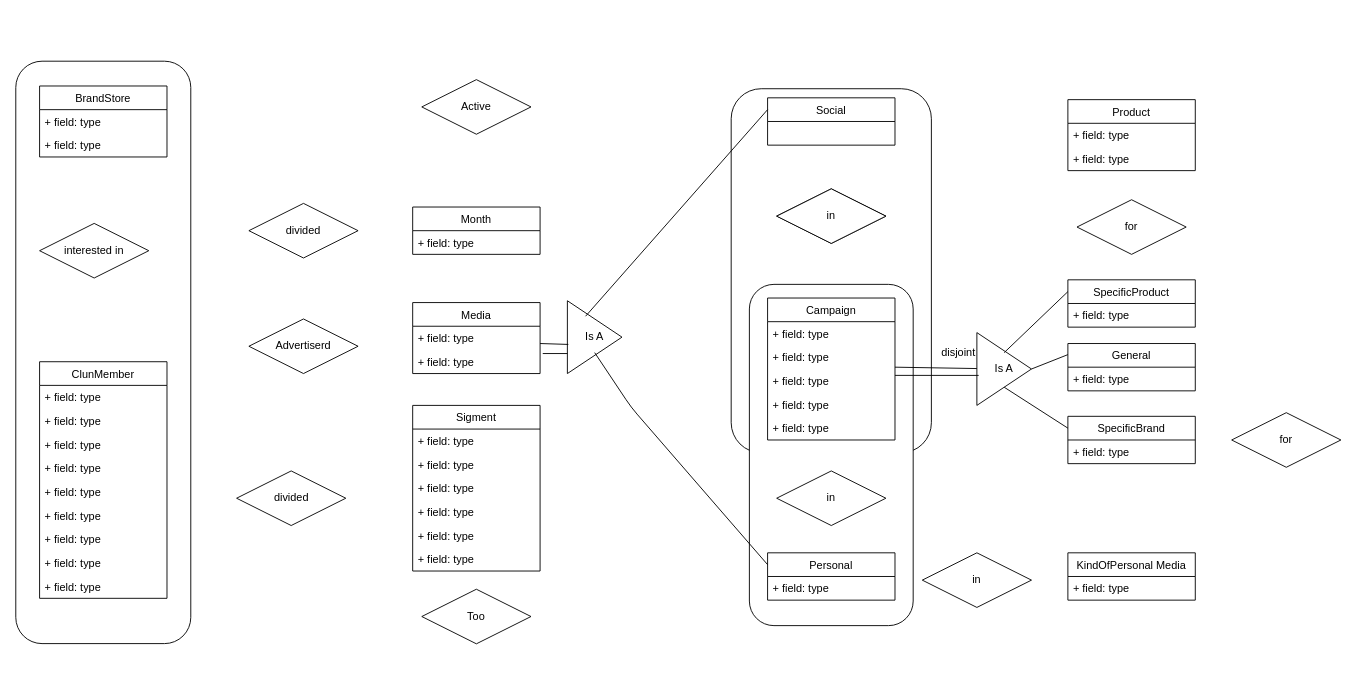
Earlier version of the draw.io diagram תרגיל בית 1 עד ה18.11/Solution2_HW1_Diagram.drawio (Kfir-G/DataBases-ERD_diagrams). Source tidied: cells renumbered, new cells numbered last; positions are measured from the earlier drawing's top-left corner, leaving out a move shared by most shapes. Both pictures are drawn from the tidied source at 91%, with x=0, y=0 at pixel (-188, 79).
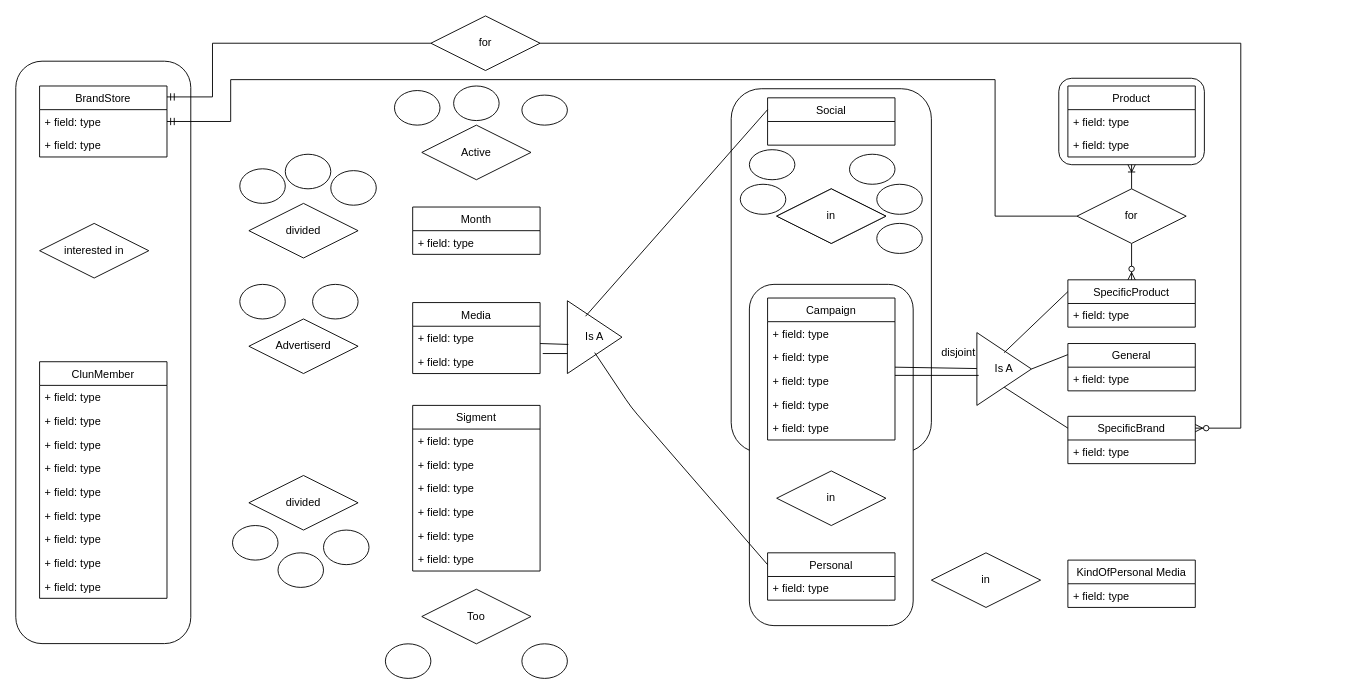
The same diagram, later.

Unchanged cells that the change refers to:
```xml
<mxCell id="26" value="SpecificProduct" style="swimlane;fontStyle=0;horizontal=1;startSize=26;fillColor=none;" parent="1" vertex="1">
  <mxGeometry x="1380" y="220" width="140" height="52" as="geometry" />
</mxCell>
<mxCell id="30" value="SpecificBrand" style="swimlane;fontStyle=0;horizontal=1;startSize=26;fillColor=none;" parent="1" vertex="1">
  <mxGeometry x="1380" y="370" width="140" height="52" as="geometry" />
</mxCell>
<mxCell id="55" value="BrandStore" style="swimlane;fontStyle=0;horizontal=1;startSize=26;fillColor=none;" parent="1" vertex="1">
  <mxGeometry x="250" y="7" width="140" height="78" as="geometry" />
</mxCell>
<mxCell id="56" value="+ field: type" style="text;strokeColor=none;fillColor=none;align=left;verticalAlign=top;spacingLeft=4;spacingRight=4;overflow=hidden;points=[[0,0.5],[1,0.5]];portConstraint=eastwest;" parent="55" vertex="1">
  <mxGeometry y="26" width="140" height="26" as="geometry" />
</mxCell>
```

Diff of the diagram source:
```diff
@@
+    <mxCell id="74" style="rounded=1;whiteSpace=wrap;html=1;" parent="1" vertex="1">
+      <mxGeometry x="1370" y="-1.5" width="160" height="95" as="geometry" />
+    </mxCell>
@@
     <mxCell id="17" value="in" style="shape=rhombus;perimeter=rhombusPerimeter;whiteSpace=wrap;html=1;align=center;" parent="1" vertex="1">
-      <mxGeometry x="1220" y="520" width="120" height="60" as="geometry" />
+      <mxGeometry x="1230" y="520" width="120" height="60" as="geometry" />
     </mxCell>
     <mxCell id="18" value="KindOfPersonal Media" style="swimlane;fontStyle=0;horizontal=1;startSize=26;fillColor=none;" parent="1" vertex="1">
-      <mxGeometry x="1380" y="520" width="140" height="52" as="geometry" />
+      <mxGeometry x="1380" y="528" width="140" height="52" as="geometry" />
     </mxCell>
@@
+    <mxCell id="75" style="edgeStyle=orthogonalEdgeStyle;rounded=0;jettySize=auto;html=1;exitX=0.5;exitY=0;exitDx=0;exitDy=0;endArrow=ERoneToMany;endFill=0;entryX=0.5;entryY=1;entryDx=0;entryDy=0;" parent="1" edge="1" source="36" target="74">
+      <mxGeometry relative="1" as="geometry" />
+    </mxCell>
+    <mxCell id="76" style="edgeStyle=orthogonalEdgeStyle;rounded=0;jettySize=auto;html=1;entryX=0.5;entryY=0;entryDx=0;entryDy=0;endArrow=ERzeroToMany;endFill=1;" parent="1" edge="1" source="36" target="26">
+      <mxGeometry relative="1" as="geometry" />
+    </mxCell>
+    <mxCell id="77" style="edgeStyle=orthogonalEdgeStyle;rounded=0;jettySize=auto;html=1;entryX=1;entryY=0.5;entryDx=0;entryDy=0;endArrow=ERmandOne;endFill=0;" parent="1" edge="1" source="36" target="56">
+      <mxGeometry relative="1" as="geometry">
+        <Array as="points">
+          <mxPoint x="1300" y="150" />
+          <mxPoint x="1300" />
+          <mxPoint x="460" />
+          <mxPoint x="460" y="46" />
+        </Array>
+      </mxGeometry>
+    </mxCell>
     <mxCell id="36" value="for" style="shape=rhombus;perimeter=rhombusPerimeter;whiteSpace=wrap;html=1;align=center;" parent="1" vertex="1">
-      <mxGeometry x="1390" y="132" width="120" height="60" as="geometry" />
+      <mxGeometry x="1390" y="120" width="120" height="60" as="geometry" />
     </mxCell>
     <mxCell id="37" value="Product" style="swimlane;fontStyle=0;horizontal=1;startSize=26;fillColor=none;" parent="1" vertex="1">
-      <mxGeometry x="1380" y="22" width="140" height="78" as="geometry" />
+      <mxGeometry x="1380" y="7" width="140" height="78" as="geometry" />
     </mxCell>
@@
     <mxCell id="66" value="divided" style="shape=rhombus;perimeter=rhombusPerimeter;whiteSpace=wrap;html=1;align=center;" parent="1" vertex="1">
-      <mxGeometry x="466.5" y="430" width="120" height="60" as="geometry" />
+      <mxGeometry x="480" y="435" width="120" height="60" as="geometry" />
     </mxCell>
@@
     <mxCell id="70" value="Active" style="shape=rhombus;perimeter=rhombusPerimeter;whiteSpace=wrap;html=1;align=center;" parent="1" vertex="1">
-      <mxGeometry x="670" width="120" height="60" as="geometry" />
+      <mxGeometry x="670" y="50" width="120" height="60" as="geometry" />
     </mxCell>
@@
+    <mxCell id="78" style="edgeStyle=orthogonalEdgeStyle;rounded=0;jettySize=auto;html=1;endArrow=ERzeroToMany;endFill=1;entryX=1;entryY=0.25;entryDx=0;entryDy=0;" parent="1" edge="1" source="73" target="30">
+      <mxGeometry relative="1" as="geometry">
+        <Array as="points">
+          <mxPoint x="1570" y="-40" />
+          <mxPoint x="1570" y="383" />
+        </Array>
+      </mxGeometry>
+    </mxCell>
+    <mxCell id="79" style="edgeStyle=orthogonalEdgeStyle;rounded=0;jettySize=auto;html=1;entryX=1;entryY=0.154;entryDx=0;entryDy=0;entryPerimeter=0;endArrow=ERmandOne;endFill=0;" parent="1" edge="1" source="73" target="55">
+      <mxGeometry relative="1" as="geometry">
+        <Array as="points">
+          <mxPoint x="440" y="-40" />
+          <mxPoint x="440" y="19" />
+        </Array>
+      </mxGeometry>
+    </mxCell>
     <mxCell id="73" value="for" style="shape=rhombus;perimeter=rhombusPerimeter;whiteSpace=wrap;html=1;align=center;" parent="1" vertex="1">
-      <mxGeometry x="1560" y="366" width="120" height="60" as="geometry" />
+      <mxGeometry x="680" y="-70" width="120" height="60" as="geometry" />
     </mxCell>
+    <mxCell id="80" style="ellipse;whiteSpace=wrap;html=1;" parent="1" vertex="1">
+      <mxGeometry x="630" y="620" width="50" height="38" as="geometry" />
+    </mxCell>
+    <mxCell id="81" style="ellipse;whiteSpace=wrap;html=1;" parent="1" vertex="1">
+      <mxGeometry x="780" y="620" width="50" height="38" as="geometry" />
+    </mxCell>
+    <mxCell id="82" style="ellipse;whiteSpace=wrap;html=1;" parent="1" vertex="1">
+      <mxGeometry x="640" y="12" width="50" height="38" as="geometry" />
+    </mxCell>
+    <mxCell id="83" style="ellipse;whiteSpace=wrap;html=1;" parent="1" vertex="1">
+      <mxGeometry x="705" y="7" width="50" height="38" as="geometry" />
+    </mxCell>
+    <mxCell id="84" style="ellipse;whiteSpace=wrap;html=1;" parent="1" vertex="1">
+      <mxGeometry x="780" y="17" width="50" height="33" as="geometry" />
+    </mxCell>
+    <mxCell id="85" style="ellipse;whiteSpace=wrap;html=1;" parent="1" vertex="1">
+      <mxGeometry x="470" y="225" width="50" height="38" as="geometry" />
+    </mxCell>
+    <mxCell id="86" style="ellipse;whiteSpace=wrap;html=1;" parent="1" vertex="1">
+      <mxGeometry x="550" y="225" width="50" height="38" as="geometry" />
+    </mxCell>
+    <mxCell id="87" style="ellipse;whiteSpace=wrap;html=1;" parent="1" vertex="1">
+      <mxGeometry x="470" y="98" width="50" height="38" as="geometry" />
+    </mxCell>
+    <mxCell id="88" style="ellipse;whiteSpace=wrap;html=1;" parent="1" vertex="1">
+      <mxGeometry x="520" y="82" width="50" height="38" as="geometry" />
+    </mxCell>
+    <mxCell id="89" style="ellipse;whiteSpace=wrap;html=1;" parent="1" vertex="1">
+      <mxGeometry x="570" y="100" width="50" height="38" as="geometry" />
+    </mxCell>
+    <mxCell id="90" style="ellipse;whiteSpace=wrap;html=1;" parent="1" vertex="1">
+      <mxGeometry x="462" y="490" width="50" height="38" as="geometry" />
+    </mxCell>
+    <mxCell id="91" style="ellipse;whiteSpace=wrap;html=1;" parent="1" vertex="1">
+      <mxGeometry x="512" y="520" width="50" height="38" as="geometry" />
+    </mxCell>
+    <mxCell id="92" style="ellipse;whiteSpace=wrap;html=1;" parent="1" vertex="1">
+      <mxGeometry x="562" y="495" width="50" height="38" as="geometry" />
+    </mxCell>
+    <mxCell id="93" style="ellipse;whiteSpace=wrap;html=1;" parent="1" vertex="1">
+      <mxGeometry x="1030" y="77" width="50" height="33" as="geometry" />
+    </mxCell>
+    <mxCell id="94" style="ellipse;whiteSpace=wrap;html=1;" parent="1" vertex="1">
+      <mxGeometry x="1020" y="115" width="50" height="33" as="geometry" />
+    </mxCell>
+    <mxCell id="95" style="ellipse;whiteSpace=wrap;html=1;" parent="1" vertex="1">
+      <mxGeometry x="1140" y="82" width="50" height="33" as="geometry" />
+    </mxCell>
+    <mxCell id="96" style="ellipse;whiteSpace=wrap;html=1;" parent="1" vertex="1">
+      <mxGeometry x="1170" y="115" width="50" height="33" as="geometry" />
+    </mxCell>
+    <mxCell id="97" style="ellipse;whiteSpace=wrap;html=1;" parent="1" vertex="1">
+      <mxGeometry x="1170" y="158" width="50" height="33" as="geometry" />
+    </mxCell>
```
